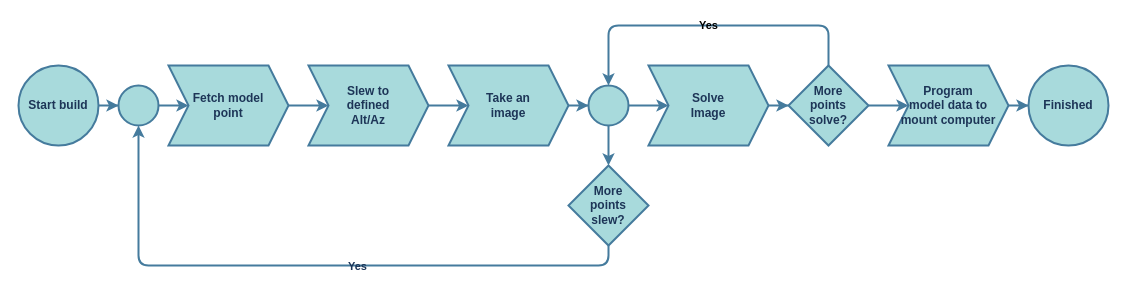
The draw.io diagram doc/workflows/modeling/image/model_process.drawio in mworion/MountWizzard4, before the edit. Source tidied: cells renumbered, new cells numbered last; positions are measured from the earlier drawing's top-left corner, leaving out a move shared by most shapes. Both pictures are drawn from the tidied source at 100%, with x=0, y=0 at pixel (18, 25).
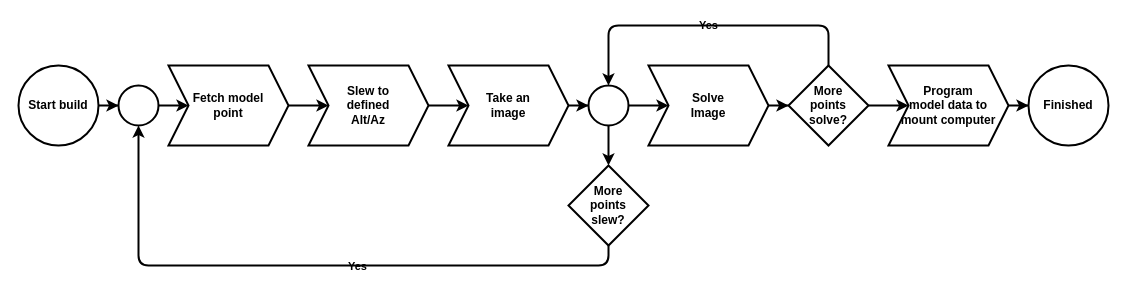
Above is the later version.

What changed in the source:
```diff
@@
-    <mxCell id="2" style="edgeStyle=orthogonalEdgeStyle;rounded=0;jettySize=auto;html=1;fontStyle=1;strokeWidth=2;labelBackgroundColor=none;strokeColor=#457B9D;fontColor=default;" parent="1" edge="1" source="3" target="10">
+    <mxCell id="2" style="edgeStyle=orthogonalEdgeStyle;rounded=0;jettySize=auto;html=1;fontStyle=1;strokeWidth=2;labelBackgroundColor=none;fontColor=default;" parent="1" edge="1" source="3" target="10">
       <mxGeometry relative="1" as="geometry" />
     </mxCell>
-    <mxCell id="3" value="Start build" style="ellipse;whiteSpace=wrap;html=1;fontStyle=1;strokeWidth=2;fillColor=#A8DADC;strokeColor=#457B9D;fontColor=#1D3557;labelBackgroundColor=none;" parent="1" vertex="1">
+    <mxCell id="3" value="Start build" style="ellipse;whiteSpace=wrap;html=1;fontStyle=1;strokeWidth=2;labelBackgroundColor=none;" parent="1" vertex="1">
       <mxGeometry y="40" width="80" height="80" as="geometry" />
     </mxCell>
-    <mxCell id="4" style="edgeStyle=orthogonalEdgeStyle;rounded=0;jettySize=auto;html=1;fontStyle=1;strokeWidth=2;labelBackgroundColor=none;strokeColor=#457B9D;fontColor=default;" parent="1" edge="1" source="5" target="7">
+    <mxCell id="4" style="edgeStyle=orthogonalEdgeStyle;rounded=0;jettySize=auto;html=1;fontStyle=1;strokeWidth=2;labelBackgroundColor=none;fontColor=default;" parent="1" edge="1" source="5" target="7">
       <mxGeometry relative="1" as="geometry" />
     </mxCell>
-    <mxCell id="5" value="Slew to &lt;br&gt;defined&lt;br&gt;Alt/Az" style="shape=step;perimeter=stepPerimeter;whiteSpace=wrap;html=1;fixedSize=1;fontStyle=1;strokeWidth=2;fillColor=#A8DADC;fontColor=#1D3557;strokeColor=#457B9D;labelBackgroundColor=none;" parent="1" vertex="1">
+    <mxCell id="5" value="Slew to &lt;br&gt;defined&lt;br&gt;Alt/Az" style="shape=step;perimeter=stepPerimeter;whiteSpace=wrap;html=1;fixedSize=1;fontStyle=1;strokeWidth=2;labelBackgroundColor=none;" parent="1" vertex="1">
       <mxGeometry x="290" y="40" width="120" height="80" as="geometry" />
     </mxCell>
-    <mxCell id="6" style="edgeStyle=orthogonalEdgeStyle;rounded=0;jettySize=auto;html=1;fontStyle=1;strokeWidth=2;labelBackgroundColor=none;strokeColor=#457B9D;fontColor=default;" parent="1" edge="1" source="7" target="19">
+    <mxCell id="6" style="edgeStyle=orthogonalEdgeStyle;rounded=0;jettySize=auto;html=1;fontStyle=1;strokeWidth=2;labelBackgroundColor=none;fontColor=default;" parent="1" edge="1" source="7" target="19">
       <mxGeometry relative="1" as="geometry" />
     </mxCell>
-    <mxCell id="7" value="Take an &lt;br&gt;image" style="shape=step;perimeter=stepPerimeter;whiteSpace=wrap;html=1;fixedSize=1;fontStyle=1;strokeWidth=2;fillColor=#A8DADC;fontColor=#1D3557;strokeColor=#457B9D;labelBackgroundColor=none;" parent="1" vertex="1">
+    <mxCell id="7" value="Take an &lt;br&gt;image" style="shape=step;perimeter=stepPerimeter;whiteSpace=wrap;html=1;fixedSize=1;fontStyle=1;strokeWidth=2;labelBackgroundColor=none;" parent="1" vertex="1">
       <mxGeometry x="430" y="40" width="120" height="80" as="geometry" />
     </mxCell>
-    <mxCell id="8" value="More&lt;br&gt;points&lt;br&gt;slew?" style="rhombus;whiteSpace=wrap;html=1;fontStyle=1;strokeWidth=2;fillColor=#A8DADC;fontColor=#1D3557;strokeColor=#457B9D;labelBackgroundColor=none;" parent="1" vertex="1">
+    <mxCell id="8" value="More&lt;br&gt;points&lt;br&gt;slew?" style="rhombus;whiteSpace=wrap;html=1;fontStyle=1;strokeWidth=2;labelBackgroundColor=none;" parent="1" vertex="1">
       <mxGeometry x="550" y="140" width="80" height="80" as="geometry" />
     </mxCell>
-    <mxCell id="9" style="edgeStyle=orthogonalEdgeStyle;rounded=0;jettySize=auto;html=1;fontStyle=1;strokeWidth=2;labelBackgroundColor=none;strokeColor=#457B9D;fontColor=default;" parent="1" edge="1" source="10" target="12">
+    <mxCell id="9" style="edgeStyle=orthogonalEdgeStyle;rounded=0;jettySize=auto;html=1;fontStyle=1;strokeWidth=2;labelBackgroundColor=none;fontColor=default;" parent="1" edge="1" source="10" target="12">
       <mxGeometry relative="1" as="geometry" />
     </mxCell>
-    <mxCell id="10" style="ellipse;whiteSpace=wrap;html=1;fontStyle=1;strokeWidth=2;labelBackgroundColor=none;fillColor=#A8DADC;strokeColor=#457B9D;fontColor=#1D3557;" parent="1" vertex="1">
+    <mxCell id="10" style="ellipse;whiteSpace=wrap;html=1;fontStyle=1;strokeWidth=2;labelBackgroundColor=none;" parent="1" vertex="1">
       <mxGeometry x="100" y="60" width="40" height="40" as="geometry" />
     </mxCell>
-    <mxCell id="11" style="edgeStyle=orthogonalEdgeStyle;rounded=0;jettySize=auto;html=1;fontStyle=1;strokeWidth=2;labelBackgroundColor=none;strokeColor=#457B9D;fontColor=default;" parent="1" edge="1" source="12" target="5">
+    <mxCell id="11" style="edgeStyle=orthogonalEdgeStyle;rounded=0;jettySize=auto;html=1;fontStyle=1;strokeWidth=2;labelBackgroundColor=none;fontColor=default;" parent="1" edge="1" source="12" target="5">
       <mxGeometry relative="1" as="geometry" />
     </mxCell>
-    <mxCell id="12" value="&lt;span&gt;Fetch model&lt;/span&gt;&lt;br&gt;&lt;span&gt;point&lt;/span&gt;" style="shape=step;perimeter=stepPerimeter;whiteSpace=wrap;html=1;fixedSize=1;fontStyle=1;strokeWidth=2;fillColor=#A8DADC;fontColor=#1D3557;strokeColor=#457B9D;labelBackgroundColor=none;" parent="1" vertex="1">
+    <mxCell id="12" value="&lt;span&gt;Fetch model&lt;/span&gt;&lt;br&gt;&lt;span&gt;point&lt;/span&gt;" style="shape=step;perimeter=stepPerimeter;whiteSpace=wrap;html=1;fixedSize=1;fontStyle=1;strokeWidth=2;labelBackgroundColor=none;" parent="1" vertex="1">
       <mxGeometry x="150" y="40" width="120" height="80" as="geometry" />
     </mxCell>
-    <mxCell id="13" style="endArrow=classic;html=1;exitX=0.5;exitY=1;exitDx=0;exitDy=0;entryX=0.5;entryY=1;entryDx=0;entryDy=0;fontStyle=1;strokeWidth=2;labelBackgroundColor=none;strokeColor=#457B9D;fontColor=default;" parent="1" edge="1" source="8" target="10">
+    <mxCell id="13" style="endArrow=classic;html=1;exitX=0.5;exitY=1;exitDx=0;exitDy=0;entryX=0.5;entryY=1;entryDx=0;entryDy=0;fontStyle=1;strokeWidth=2;labelBackgroundColor=none;fontColor=default;" parent="1" edge="1" source="8" target="10">
       <mxGeometry relative="1" as="geometry">
         <Array as="points">
           <mxPoint x="590" y="240" />
           <mxPoint x="120" y="240" />
         </Array>
       </mxGeometry>
     </mxCell>
-    <mxCell id="14" value="Yes" style="edgeLabel;html=1;align=center;verticalAlign=middle;fontStyle=1;labelBackgroundColor=none;fontColor=#1D3557;" parent="13" vertex="1">
+    <mxCell id="14" value="Yes" style="edgeLabel;html=1;align=center;verticalAlign=middle;fontStyle=1;labelBackgroundColor=none;" parent="13" vertex="1">
       <mxGeometry x="-0.93" relative="1" as="geometry">
         <mxPoint x="-250" as="offset" />
       </mxGeometry>
     </mxCell>
-    <mxCell id="15" style="edgeStyle=orthogonalEdgeStyle;rounded=0;jettySize=auto;html=1;fontStyle=1;strokeWidth=2;labelBackgroundColor=none;strokeColor=#457B9D;fontColor=default;" parent="1" edge="1" source="16" target="21">
+    <mxCell id="15" style="edgeStyle=orthogonalEdgeStyle;rounded=0;jettySize=auto;html=1;fontStyle=1;strokeWidth=2;labelBackgroundColor=none;fontColor=default;" parent="1" edge="1" source="16" target="21">
       <mxGeometry relative="1" as="geometry" />
     </mxCell>
-    <mxCell id="16" value="Solve&lt;br&gt;Image" style="shape=step;perimeter=stepPerimeter;whiteSpace=wrap;html=1;fixedSize=1;fontStyle=1;strokeWidth=2;fillColor=#A8DADC;fontColor=#1D3557;strokeColor=#457B9D;labelBackgroundColor=none;" parent="1" vertex="1">
+    <mxCell id="16" value="Solve&lt;br&gt;Image" style="shape=step;perimeter=stepPerimeter;whiteSpace=wrap;html=1;fixedSize=1;fontStyle=1;strokeWidth=2;labelBackgroundColor=none;" parent="1" vertex="1">
       <mxGeometry x="630" y="40" width="120" height="80" as="geometry" />
     </mxCell>
-    <mxCell id="17" style="edgeStyle=orthogonalEdgeStyle;rounded=0;jettySize=auto;html=1;fontStyle=1;strokeWidth=2;labelBackgroundColor=none;strokeColor=#457B9D;fontColor=default;" parent="1" edge="1" source="19" target="8">
+    <mxCell id="17" style="edgeStyle=orthogonalEdgeStyle;rounded=0;jettySize=auto;html=1;fontStyle=1;strokeWidth=2;labelBackgroundColor=none;fontColor=default;" parent="1" edge="1" source="19" target="8">
       <mxGeometry relative="1" as="geometry" />
     </mxCell>
-    <mxCell id="18" style="edgeStyle=orthogonalEdgeStyle;rounded=0;jettySize=auto;html=1;fontStyle=1;strokeWidth=2;labelBackgroundColor=none;strokeColor=#457B9D;fontColor=default;" parent="1" edge="1" source="19" target="16">
+    <mxCell id="18" style="edgeStyle=orthogonalEdgeStyle;rounded=0;jettySize=auto;html=1;fontStyle=1;strokeWidth=2;labelBackgroundColor=none;fontColor=default;" parent="1" edge="1" source="19" target="16">
       <mxGeometry relative="1" as="geometry" />
     </mxCell>
-    <mxCell id="19" style="ellipse;whiteSpace=wrap;html=1;fontStyle=1;strokeWidth=2;fillColor=#A8DADC;fontColor=#1D3557;strokeColor=#457B9D;labelBackgroundColor=none;" parent="1" vertex="1">
+    <mxCell id="19" style="ellipse;whiteSpace=wrap;html=1;fontStyle=1;strokeWidth=2;labelBackgroundColor=none;" parent="1" vertex="1">
       <mxGeometry x="570" y="60" width="40" height="40" as="geometry" />
     </mxCell>
-    <mxCell id="20" style="edgeStyle=orthogonalEdgeStyle;rounded=0;jettySize=auto;html=1;fontStyle=1;strokeWidth=2;labelBackgroundColor=none;strokeColor=#457B9D;fontColor=default;" parent="1" edge="1" source="21" target="24">
+    <mxCell id="20" style="edgeStyle=orthogonalEdgeStyle;rounded=0;jettySize=auto;html=1;fontStyle=1;strokeWidth=2;labelBackgroundColor=none;fontColor=default;" parent="1" edge="1" source="21" target="24">
       <mxGeometry relative="1" as="geometry" />
     </mxCell>
-    <mxCell id="21" value="More&lt;br&gt;points&lt;br&gt;solve?" style="rhombus;whiteSpace=wrap;html=1;fontStyle=1;strokeWidth=2;fillColor=#A8DADC;fontColor=#1D3557;strokeColor=#457B9D;labelBackgroundColor=none;" parent="1" vertex="1">
+    <mxCell id="21" value="More&lt;br&gt;points&lt;br&gt;solve?" style="rhombus;whiteSpace=wrap;html=1;fontStyle=1;strokeWidth=2;labelBackgroundColor=none;" parent="1" vertex="1">
       <mxGeometry x="770" y="40" width="80" height="80" as="geometry" />
     </mxCell>
-    <mxCell id="22" value="Yes" style="endArrow=classic;html=1;exitX=0.5;exitY=0;exitDx=0;exitDy=0;entryX=0.5;entryY=0;entryDx=0;entryDy=0;fontStyle=1;strokeWidth=2;labelBackgroundColor=none;strokeColor=#457B9D;fontColor=default;" parent="1" edge="1" source="21" target="19">
+    <mxCell id="22" value="Yes" style="endArrow=classic;html=1;exitX=0.5;exitY=0;exitDx=0;exitDy=0;entryX=0.5;entryY=0;entryDx=0;entryDy=0;fontStyle=1;strokeWidth=2;labelBackgroundColor=none;fontColor=default;" parent="1" edge="1" source="21" target="19">
       <mxGeometry relative="1" as="geometry">
         <Array as="points">
           <mxPoint x="810" />
           <mxPoint x="590" />
         </Array>
       </mxGeometry>
     </mxCell>
-    <mxCell id="23" style="edgeStyle=orthogonalEdgeStyle;rounded=0;jettySize=auto;html=1;fontStyle=1;strokeWidth=2;labelBackgroundColor=none;strokeColor=#457B9D;fontColor=default;" parent="1" edge="1" source="24" target="25">
+    <mxCell id="23" style="edgeStyle=orthogonalEdgeStyle;rounded=0;jettySize=auto;html=1;fontStyle=1;strokeWidth=2;labelBackgroundColor=none;fontColor=default;" parent="1" edge="1" source="24" target="25">
       <mxGeometry relative="1" as="geometry" />
     </mxCell>
-    <mxCell id="24" value="Program&lt;br&gt;model data to&lt;br&gt;mount computer" style="shape=step;perimeter=stepPerimeter;whiteSpace=wrap;html=1;fixedSize=1;fontStyle=1;strokeWidth=2;fillColor=#A8DADC;fontColor=#1D3557;strokeColor=#457B9D;labelBackgroundColor=none;" parent="1" vertex="1">
+    <mxCell id="24" value="Program&lt;br&gt;model data to&lt;br&gt;mount computer" style="shape=step;perimeter=stepPerimeter;whiteSpace=wrap;html=1;fixedSize=1;fontStyle=1;strokeWidth=2;labelBackgroundColor=none;" parent="1" vertex="1">
       <mxGeometry x="870" y="40" width="120" height="80" as="geometry" />
     </mxCell>
-    <mxCell id="25" value="Finished" style="ellipse;whiteSpace=wrap;html=1;fontStyle=1;strokeWidth=2;fillColor=#A8DADC;fontColor=#1D3557;strokeColor=#457B9D;labelBackgroundColor=none;" parent="1" vertex="1">
+    <mxCell id="25" value="Finished" style="ellipse;whiteSpace=wrap;html=1;fontStyle=1;strokeWidth=2;labelBackgroundColor=none;" parent="1" vertex="1">
       <mxGeometry x="1010" y="40" width="80" height="80" as="geometry" />
     </mxCell>
```
